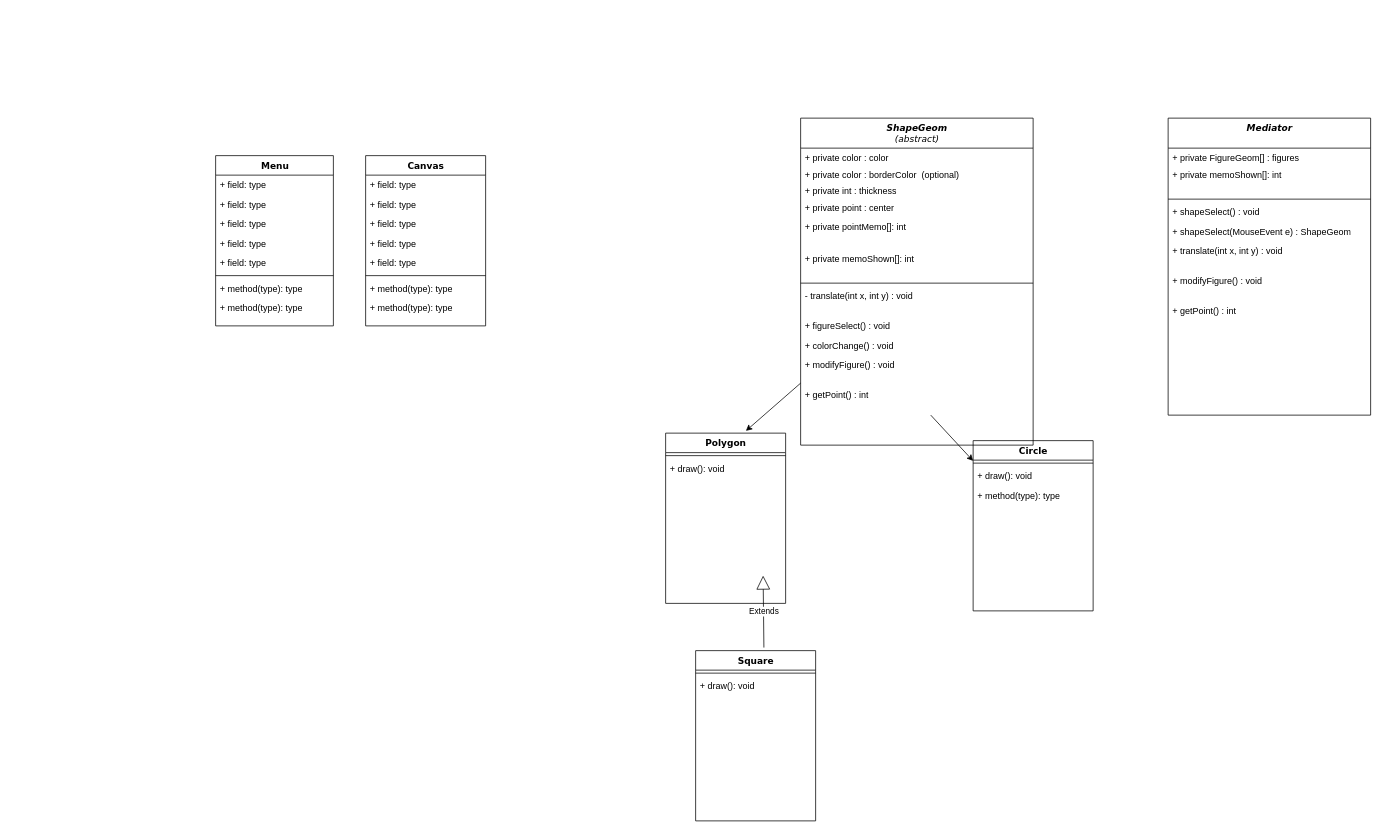
The draw.io diagram Untitled Diagram.drawio in DrNossberg/GeomPaint, before the edit. Source tidied: cells renumbered, new cells numbered last; positions are measured from the earlier drawing's top-left corner, leaving out a move shared by most shapes. Both pictures are drawn from the tidied source at 75%, with x=0, y=0 at pixel (215, 118).
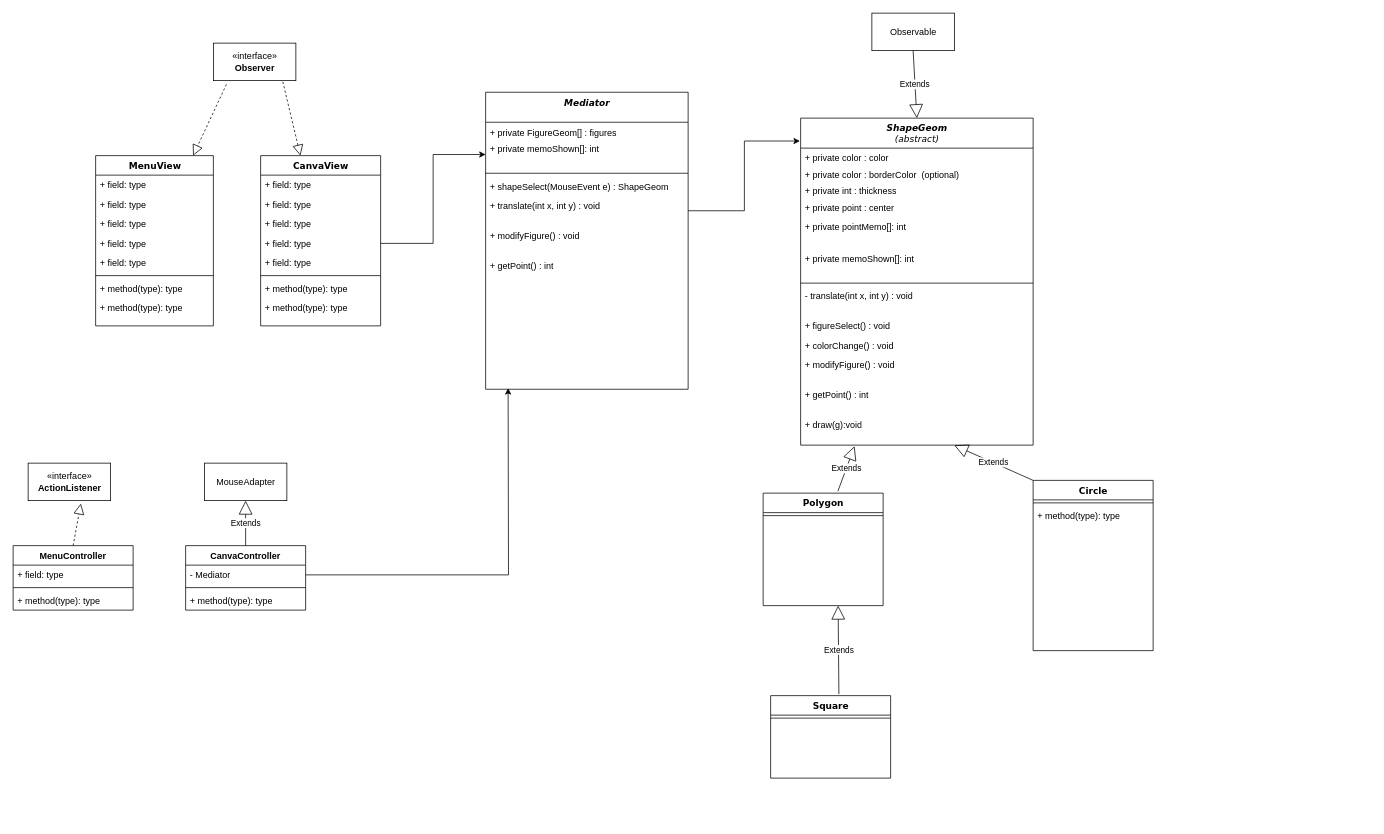
After the change.

The change refers to these unchanged cells:
```xml
<mxCell id="2" value="&lt;div&gt;&lt;i&gt;ShapeGeom&lt;/i&gt;&lt;/div&gt;&lt;div&gt;&lt;i&gt;&lt;span style=&quot;font-weight: normal&quot;&gt;(abstract)&lt;/span&gt;&lt;br&gt;&lt;/i&gt;&lt;/div&gt;" style="swimlane;html=1;fontStyle=1;align=center;verticalAlign=top;horizontal=1;startSize=40;swimlaneFillColor=#ffffff;rounded=0;shadow=0;comic=0;labelBackgroundColor=none;strokeWidth=1;fillColor=none;fontFamily=Verdana;fontSize=12;" parent="1" vertex="1">
  <mxGeometry x="780" width="310" height="436" as="geometry" />
</mxCell>
<mxCell id="14" value="+ getPoint() : int" style="text;html=1;strokeColor=none;fillColor=none;align=left;verticalAlign=top;spacingLeft=4;spacingRight=4;whiteSpace=wrap;overflow=hidden;points=[[0,0.5],[1,0.5]];portConstraint=eastwest;" parent="2" vertex="1">
  <mxGeometry y="356" width="310" height="40" as="geometry" />
</mxCell>
<mxCell id="28" value="+ field: type" style="text;html=1;strokeColor=none;fillColor=none;align=left;verticalAlign=top;spacingLeft=4;spacingRight=4;whiteSpace=wrap;overflow=hidden;points=[[0,0.5],[1,0.5]];portConstraint=eastwest;" parent="24" vertex="1">
  <mxGeometry y="104" width="160" height="26" as="geometry" />
</mxCell>
<mxCell id="39" value="&lt;div&gt;+ private memoShown[]: int&lt;br&gt;&lt;/div&gt;&lt;div&gt;&lt;br&gt;&lt;/div&gt;" style="text;html=1;strokeColor=none;fillColor=none;align=left;verticalAlign=top;spacingLeft=4;spacingRight=4;whiteSpace=wrap;overflow=hidden;points=[[0,0.5],[1,0.5]];portConstraint=eastwest;" parent="37" vertex="1">
  <mxGeometry y="62" width="270" height="42" as="geometry" />
</mxCell>
```

What changed in the source:
```diff
@@
-    <mxCell id="15" style="endArrow=none;endSize=16;endFill=0;html=1;exitX=0.669;exitY=-0.013;exitDx=0;exitDy=0;exitPerimeter=0;startArrow=classic;startFill=1;" parent="1" edge="1" source="16" target="2">
-      <mxGeometry relative="1" as="geometry" />
-    </mxCell>
+    <mxCell id="55" value="+ draw(g):void" style="text;html=1;strokeColor=none;fillColor=none;align=left;verticalAlign=top;spacingLeft=4;spacingRight=4;whiteSpace=wrap;overflow=hidden;points=[[0,0.5],[1,0.5]];portConstraint=eastwest;" parent="2" vertex="1">
+      <mxGeometry y="396" width="310" height="40" as="geometry" />
+    </mxCell>
     <mxCell id="16" value="Polygon" style="swimlane;html=1;fontStyle=1;align=center;verticalAlign=top;horizontal=1;startSize=26;swimlaneFillColor=#ffffff;rounded=0;shadow=0;comic=0;labelBackgroundColor=none;strokeWidth=1;fillColor=none;fontFamily=Verdana;fontSize=12;" parent="1" vertex="1">
-      <mxGeometry x="600" y="420" width="160" height="227" as="geometry" />
+      <mxGeometry x="730" y="500" width="160" height="150" as="geometry" />
     </mxCell>
@@
-    <mxCell id="18" value="+ draw(): void" style="text;html=1;strokeColor=none;fillColor=none;align=left;verticalAlign=top;spacingLeft=4;spacingRight=4;whiteSpace=wrap;overflow=hidden;" parent="16" vertex="1">
-      <mxGeometry y="34" width="160" height="26" as="geometry" />
-    </mxCell>
     <mxCell id="19" value="Circle" style="swimlane;html=1;fontStyle=1;align=center;verticalAlign=top;horizontal=1;startSize=26;swimlaneFillColor=#ffffff;rounded=0;shadow=0;comic=0;labelBackgroundColor=none;strokeWidth=1;fillColor=none;fontFamily=Verdana;fontSize=12;" parent="1" vertex="1">
-      <mxGeometry x="1010" y="430" width="160" height="227" as="geometry" />
+      <mxGeometry x="1090" y="483" width="160" height="227" as="geometry" />
     </mxCell>
@@
-    <mxCell id="21" value="+ draw(): void" style="text;html=1;strokeColor=none;fillColor=none;align=left;verticalAlign=top;spacingLeft=4;spacingRight=4;whiteSpace=wrap;overflow=hidden;" parent="19" vertex="1">
-      <mxGeometry y="34" width="160" height="26" as="geometry" />
-    </mxCell>
     <mxCell id="22" value="+ method(type): type" style="text;html=1;strokeColor=none;fillColor=none;align=left;verticalAlign=top;spacingLeft=4;spacingRight=4;whiteSpace=wrap;overflow=hidden;" parent="19" vertex="1">
-      <mxGeometry y="60" width="160" height="26" as="geometry" />
+      <mxGeometry y="34" width="160" height="26" as="geometry" />
     </mxCell>
-    <mxCell id="23" style="endArrow=classic;endSize=6;endFill=1;html=1;" parent="1" edge="1" source="14" target="19">
-      <mxGeometry relative="1" as="geometry" />
-    </mxCell>
-    <mxCell id="24" value="Canvas" style="swimlane;html=1;fontStyle=1;align=center;verticalAlign=top;horizontal=1;startSize=26;swimlaneFillColor=#ffffff;rounded=0;shadow=0;comic=0;labelBackgroundColor=none;strokeWidth=1;fillColor=none;fontFamily=Verdana;fontSize=12;" parent="1" vertex="1">
-      <mxGeometry x="200" y="50" width="160" height="227" as="geometry" />
+    <mxCell id="24" value="CanvaView" style="swimlane;html=1;fontStyle=1;align=center;verticalAlign=top;horizontal=1;startSize=26;swimlaneFillColor=#ffffff;rounded=0;shadow=0;comic=0;labelBackgroundColor=none;strokeWidth=1;fillColor=none;fontFamily=Verdana;fontSize=12;" parent="1" vertex="1">
+      <mxGeometry x="60" y="50" width="160" height="227" as="geometry" />
     </mxCell>
@@
     <mxCell id="33" value="Square" style="swimlane;html=1;fontStyle=1;align=center;verticalAlign=top;horizontal=1;startSize=26;swimlaneFillColor=#ffffff;rounded=0;shadow=0;comic=0;labelBackgroundColor=none;strokeWidth=1;fillColor=none;fontFamily=Verdana;fontSize=12;" parent="1" vertex="1">
-      <mxGeometry x="640" y="710" width="160" height="227" as="geometry" />
+      <mxGeometry x="740" y="770" width="160" height="110" as="geometry" />
     </mxCell>
@@
-    <mxCell id="35" value="+ draw(): void" style="text;html=1;strokeColor=none;fillColor=none;align=left;verticalAlign=top;spacingLeft=4;spacingRight=4;whiteSpace=wrap;overflow=hidden;" parent="33" vertex="1">
-      <mxGeometry y="34" width="160" height="26" as="geometry" />
-    </mxCell>
     <mxCell id="36" value="Extends" style="endArrow=block;endSize=16;endFill=0;html=1;exitX=0.569;exitY=-0.018;exitDx=0;exitDy=0;exitPerimeter=0;" parent="1" edge="1" source="33">
       <mxGeometry relative="1" as="geometry">
-        <mxPoint x="730" y="610" as="targetPoint" />
+        <mxPoint x="830" y="650" as="targetPoint" />
       </mxGeometry>
     </mxCell>
     <mxCell id="37" value="&lt;div&gt;&lt;i&gt;Mediator&lt;/i&gt;&lt;/div&gt;" style="swimlane;html=1;fontStyle=1;align=center;verticalAlign=top;horizontal=1;startSize=40;swimlaneFillColor=#ffffff;rounded=0;shadow=0;comic=0;labelBackgroundColor=none;strokeWidth=1;fillColor=none;fontFamily=Verdana;fontSize=12;" parent="1" vertex="1">
-      <mxGeometry x="1270" width="270" height="396" as="geometry" />
+      <mxGeometry x="360" y="-34.5" width="270" height="396" as="geometry" />
     </mxCell>
@@
-    <mxCell id="41" value="+ shapeSelect() : void" style="text;html=1;strokeColor=none;fillColor=none;align=left;verticalAlign=top;spacingLeft=4;spacingRight=4;whiteSpace=wrap;overflow=hidden;" parent="37" vertex="1">
-      <mxGeometry y="112" width="270" height="26" as="geometry" />
-    </mxCell>
     <mxCell id="42" value="+ shapeSelect(MouseEvent e) : ShapeGeom" style="text;html=1;strokeColor=none;fillColor=none;align=left;verticalAlign=top;spacingLeft=4;spacingRight=4;whiteSpace=wrap;overflow=hidden;" parent="37" vertex="1">
-      <mxGeometry y="138" width="270" height="26" as="geometry" />
+      <mxGeometry y="112" width="270" height="26" as="geometry" />
     </mxCell>
     <mxCell id="43" value="+ translate(int x, int y) : void" style="text;html=1;strokeColor=none;fillColor=none;align=left;verticalAlign=top;spacingLeft=4;spacingRight=4;whiteSpace=wrap;overflow=hidden;points=[[0,0.5],[1,0.5]];portConstraint=eastwest;" parent="37" vertex="1">
-      <mxGeometry y="164" width="270" height="40" as="geometry" />
+      <mxGeometry y="138" width="270" height="40" as="geometry" />
     </mxCell>
     <mxCell id="44" value="+ modifyFigure() : void" style="text;html=1;strokeColor=none;fillColor=none;align=left;verticalAlign=top;spacingLeft=4;spacingRight=4;whiteSpace=wrap;overflow=hidden;" parent="37" vertex="1">
-      <mxGeometry y="204" width="270" height="40" as="geometry" />
+      <mxGeometry y="178" width="270" height="40" as="geometry" />
     </mxCell>
     <mxCell id="45" value="+ getPoint() : int" style="text;html=1;strokeColor=none;fillColor=none;align=left;verticalAlign=top;spacingLeft=4;spacingRight=4;whiteSpace=wrap;overflow=hidden;" parent="37" vertex="1">
-      <mxGeometry y="244" width="270" height="40" as="geometry" />
+      <mxGeometry y="218" width="270" height="40" as="geometry" />
     </mxCell>
-    <mxCell id="46" value="Menu&lt;br&gt;" style="swimlane;html=1;fontStyle=1;align=center;verticalAlign=top;horizontal=1;startSize=26;swimlaneFillColor=#ffffff;rounded=0;shadow=0;comic=0;labelBackgroundColor=none;strokeWidth=1;fillColor=none;fontFamily=Verdana;fontSize=12;" parent="1" vertex="1">
-      <mxGeometry y="50" width="157" height="227" as="geometry" />
+    <mxCell id="46" value="MenuView" style="swimlane;html=1;fontStyle=1;align=center;verticalAlign=top;horizontal=1;startSize=26;swimlaneFillColor=#ffffff;rounded=0;shadow=0;comic=0;labelBackgroundColor=none;strokeWidth=1;fillColor=none;fontFamily=Verdana;fontSize=12;" parent="1" vertex="1">
+      <mxGeometry x="-160" y="50" width="157" height="227" as="geometry" />
     </mxCell>
@@
+    <mxCell id="56" value="&lt;div&gt;Observable&lt;/div&gt;" style="html=1;" parent="1" vertex="1">
+      <mxGeometry x="875" y="-140" width="110" height="50" as="geometry" />
+    </mxCell>
+    <mxCell id="57" value="Extends" style="endArrow=block;endSize=16;endFill=0;html=1;exitX=0.5;exitY=1;exitDx=0;exitDy=0;entryX=0.5;entryY=0;entryDx=0;entryDy=0;" parent="1" edge="1" source="56" target="2">
+      <mxGeometry relative="1" as="geometry" />
+    </mxCell>
+    <mxCell id="58" value="«interface»&lt;br&gt;&lt;div&gt;&lt;b&gt;Observer&lt;/b&gt;&lt;/div&gt;" style="html=1;" parent="1" vertex="1">
+      <mxGeometry x="-3" y="-100" width="110" height="50" as="geometry" />
+    </mxCell>
+    <mxCell id="59" style="endArrow=block;dashed=1;endFill=0;endSize=12;html=1;exitX=0.842;exitY=1.031;exitDx=0;exitDy=0;exitPerimeter=0;" parent="1" edge="1" source="58" target="24">
+      <mxGeometry relative="1" as="geometry" />
+    </mxCell>
+    <mxCell id="60" style="endArrow=block;dashed=1;endFill=0;endSize=12;html=1;exitX=0.158;exitY=1.101;exitDx=0;exitDy=0;exitPerimeter=0;entryX=0.828;entryY=0;entryDx=0;entryDy=0;entryPerimeter=0;" parent="1" edge="1" source="58" target="46">
+      <mxGeometry relative="1" as="geometry" />
+    </mxCell>
+    <mxCell id="61" style="edgeStyle=orthogonalEdgeStyle;rounded=0;jettySize=auto;html=1;exitX=1;exitY=0.5;exitDx=0;exitDy=0;" parent="1" edge="1" source="28" target="39">
+      <mxGeometry relative="1" as="geometry" />
+    </mxCell>
+    <mxCell id="62" style="edgeStyle=orthogonalEdgeStyle;rounded=0;jettySize=auto;html=1;exitX=1;exitY=0.5;exitDx=0;exitDy=0;entryX=-0.003;entryY=0.07;entryDx=0;entryDy=0;entryPerimeter=0;" parent="1" edge="1" source="43" target="2">
+      <mxGeometry relative="1" as="geometry" />
+    </mxCell>
+    <mxCell id="63" value="MouseAdapter" style="html=1;" parent="1" vertex="1">
+      <mxGeometry x="-15" y="460" width="110" height="50" as="geometry" />
+    </mxCell>
+    <mxCell id="64" value="CanvaController" style="swimlane;fontStyle=1;align=center;verticalAlign=top;horizontal=1;startSize=26;" parent="1" vertex="1">
+      <mxGeometry x="-40" y="570" width="160" height="86" as="geometry" />
+    </mxCell>
+    <mxCell id="65" value="- Mediator" style="text;strokeColor=none;fillColor=none;align=left;verticalAlign=top;spacingLeft=4;spacingRight=4;overflow=hidden;points=[[0,0.5],[1,0.5]];portConstraint=eastwest;" parent="64" vertex="1">
+      <mxGeometry y="26" width="160" height="26" as="geometry" />
+    </mxCell>
+    <mxCell id="66" style="line;strokeWidth=1;fillColor=none;align=left;verticalAlign=middle;spacingTop=-1;spacingLeft=3;spacingRight=3;labelPosition=right;" parent="64" vertex="1">
+      <mxGeometry y="52" width="160" height="8" as="geometry" />
+    </mxCell>
+    <mxCell id="67" value="+ method(type): type" style="text;strokeColor=none;fillColor=none;align=left;verticalAlign=top;spacingLeft=4;spacingRight=4;overflow=hidden;" parent="64" vertex="1">
+      <mxGeometry y="60" width="160" height="26" as="geometry" />
+    </mxCell>
+    <mxCell id="68" value="Extends" style="endArrow=block;endSize=16;endFill=0;html=1;exitX=0.5;exitY=0;exitDx=0;exitDy=0;entryX=0.5;entryY=1;entryDx=0;entryDy=0;" parent="1" edge="1" source="64" target="63">
+      <mxGeometry relative="1" as="geometry" />
+    </mxCell>
+    <mxCell id="69" style="edgeStyle=orthogonalEdgeStyle;rounded=0;jettySize=auto;html=1;exitX=1;exitY=0.5;exitDx=0;exitDy=0;" parent="1" edge="1" source="65">
+      <mxGeometry relative="1" as="geometry">
+        <mxPoint x="390" y="360" as="targetPoint" />
+      </mxGeometry>
+    </mxCell>
+    <mxCell id="70" value="Extends" style="endArrow=block;endSize=16;endFill=0;html=1;exitX=0.623;exitY=-0.017;exitDx=0;exitDy=0;exitPerimeter=0;entryX=0.232;entryY=1.035;entryDx=0;entryDy=0;entryPerimeter=0;" parent="1" edge="1" source="16" target="55">
+      <mxGeometry relative="1" as="geometry" />
+    </mxCell>
+    <mxCell id="71" value="Extends" style="endArrow=block;endSize=16;endFill=0;html=1;exitX=0;exitY=0;exitDx=0;exitDy=0;entryX=0.661;entryY=1.006;entryDx=0;entryDy=0;entryPerimeter=0;" parent="1" edge="1" source="19" target="55">
+      <mxGeometry relative="1" as="geometry" />
+    </mxCell>
+    <mxCell id="72" value="MenuController" style="swimlane;fontStyle=1;align=center;verticalAlign=top;horizontal=1;startSize=26;" parent="1" vertex="1">
+      <mxGeometry x="-270" y="570" width="160" height="86" as="geometry" />
+    </mxCell>
+    <mxCell id="73" value="+ field: type" style="text;strokeColor=none;fillColor=none;align=left;verticalAlign=top;spacingLeft=4;spacingRight=4;overflow=hidden;" parent="72" vertex="1">
+      <mxGeometry y="26" width="160" height="26" as="geometry" />
+    </mxCell>
+    <mxCell id="74" style="line;strokeWidth=1;fillColor=none;align=left;verticalAlign=middle;spacingTop=-1;spacingLeft=3;spacingRight=3;labelPosition=right;" parent="72" vertex="1">
+      <mxGeometry y="52" width="160" height="8" as="geometry" />
+    </mxCell>
+    <mxCell id="75" value="+ method(type): type" style="text;strokeColor=none;fillColor=none;align=left;verticalAlign=top;spacingLeft=4;spacingRight=4;overflow=hidden;" parent="72" vertex="1">
+      <mxGeometry y="60" width="160" height="26" as="geometry" />
+    </mxCell>
+    <mxCell id="76" value="«interface»&lt;br&gt;&lt;b&gt;ActionListener&lt;/b&gt;" style="html=1;" parent="1" vertex="1">
+      <mxGeometry x="-250" y="460" width="110" height="50" as="geometry" />
+    </mxCell>
+    <mxCell id="77" style="endArrow=block;dashed=1;endFill=0;endSize=12;html=1;exitX=0.5;exitY=0;exitDx=0;exitDy=0;entryX=0.639;entryY=1.078;entryDx=0;entryDy=0;entryPerimeter=0;" parent="1" edge="1" source="72" target="76">
+      <mxGeometry relative="1" as="geometry" />
+    </mxCell>
```
